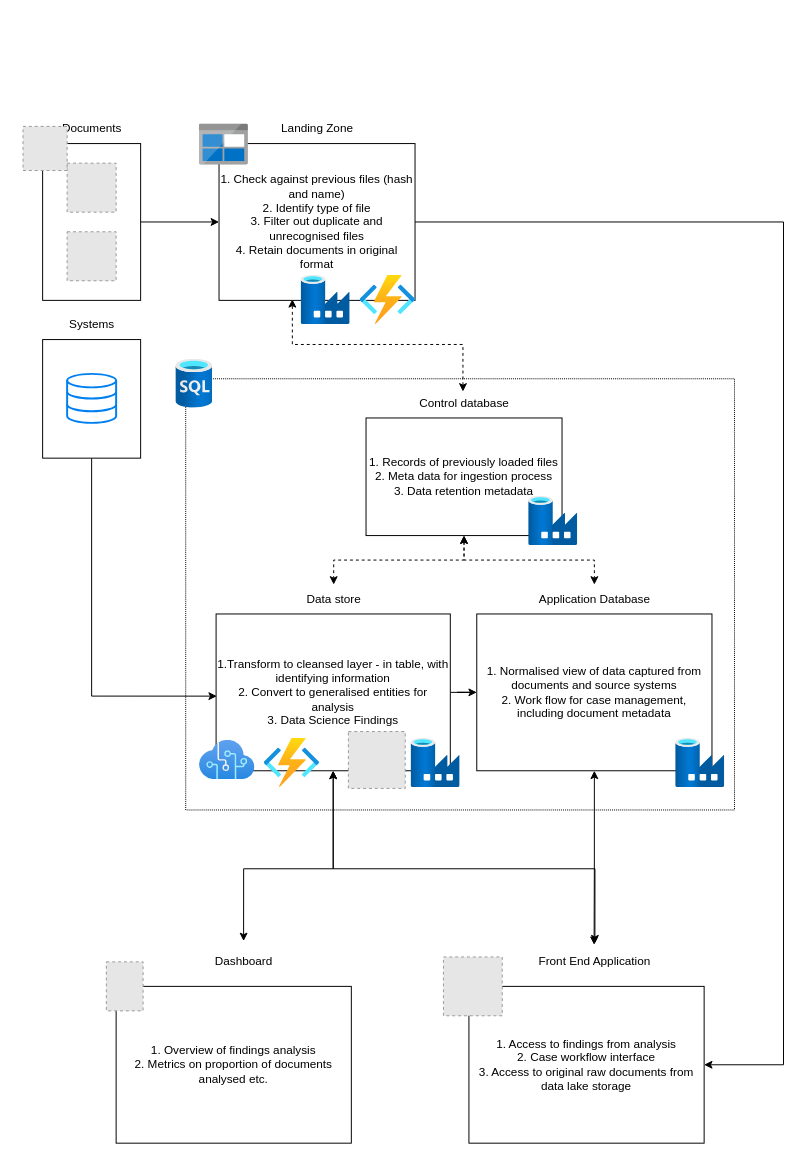
The draw.io diagram page "Existing" (1 of 3) of Untitled Diagram.drawio in oliver-wolffe/diagrams, before the edit. Source tidied: cells renumbered, new cells numbered last; positions are measured from the earlier drawing's top-left corner, leaving out a move shared by most shapes. Both pictures are drawn from the tidied source at 98%, with x=0, y=0 at pixel (23, 114). Pictures stored in the file or linked from it are replaced by grey dashed boxes.
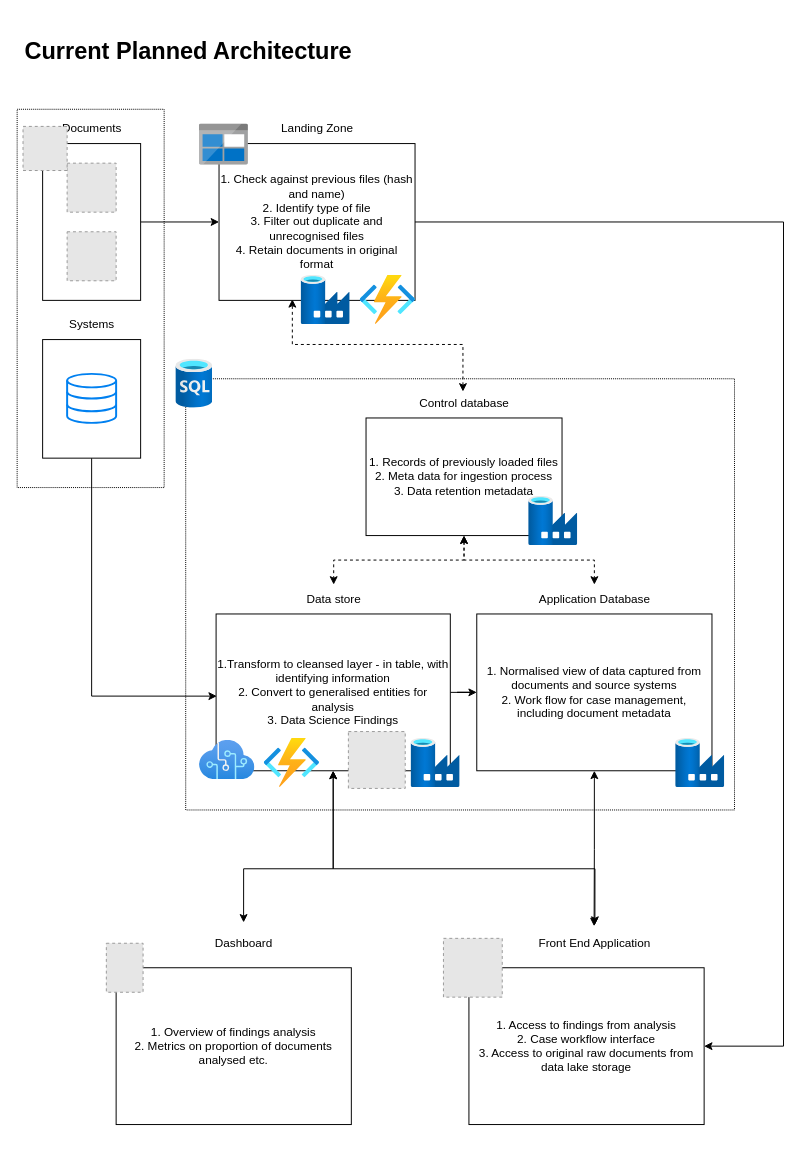
Above is the later version.

The change refers to these unchanged cells:
```xml
<mxCell id="16" value="1. Check against previous files (hash and name)&lt;br&gt;2. Identify type of file&lt;br&gt;3. Filter out duplicate and unrecognised files&lt;br&gt;4. Retain documents in original format" style="rounded=0;whiteSpace=wrap;html=1;" parent="1" vertex="1">
  <mxGeometry x="200" y="30" width="200" height="160" as="geometry" />
</mxCell>
```

The edit, as a diff of the source:
```diff
@@
     <mxCell id="15" style="edgeStyle=orthogonalEdgeStyle;rounded=0;jettySize=auto;html=1;entryX=1;entryY=0.5;entryDx=0;entryDy=0;startArrow=none;startFill=0;" parent="1" edge="1" source="16" target="33">
       <mxGeometry relative="1" as="geometry">
         <Array as="points">
           <mxPoint x="776" y="110" />
-          <mxPoint x="776" y="970" />
+          <mxPoint x="776" y="951" />
         </Array>
       </mxGeometry>
     </mxCell>
@@
     <mxCell id="31" value="1. Overview of findings analysis&lt;br&gt;2. Metrics on proportion of documents analysed etc." style="rounded=0;whiteSpace=wrap;html=1;strokeColor=default;fillColor=none;" parent="1" vertex="1">
-      <mxGeometry x="95" y="890" width="240" height="160" as="geometry" />
+      <mxGeometry x="95" y="871" width="240" height="160" as="geometry" />
     </mxCell>
     <mxCell id="32" value="Dashboard" style="text;html=1;align=center;verticalAlign=middle;points=[];strokeColor=none;fillColor=none;" parent="1" vertex="1">
-      <mxGeometry x="185" y="850" width="80" height="30" as="geometry" />
+      <mxGeometry x="185" y="831" width="80" height="30" as="geometry" />
     </mxCell>
     <mxCell id="33" value="1. Access to findings from analysis&lt;br&gt;2. Case workflow interface&lt;br&gt;3. Access to original raw documents from data lake storage" style="rounded=0;whiteSpace=wrap;html=1;strokeColor=default;fillColor=none;" parent="1" vertex="1">
-      <mxGeometry x="455" y="890" width="240" height="160" as="geometry" />
+      <mxGeometry x="455" y="871" width="240" height="160" as="geometry" />
     </mxCell>
     <mxCell id="34" value="Front End Application" style="text;html=1;align=center;verticalAlign=middle;points=[];strokeColor=none;fillColor=none;" parent="1" vertex="1">
-      <mxGeometry x="513" y="850" width="140" height="30" as="geometry" />
+      <mxGeometry x="513" y="831" width="140" height="30" as="geometry" />
     </mxCell>
     <mxCell id="35" style="fillColor=#E6E6E6;strokeColor=#999999;dashed=1;verticalLabelPosition=bottom;verticalAlign=top;" parent="1" vertex="1">
-      <mxGeometry x="85" y="865" width="37.5" height="50" as="geometry" />
+      <mxGeometry x="85" y="846" width="37.5" height="50" as="geometry" />
     </mxCell>
     <mxCell id="36" style="fillColor=#E6E6E6;strokeColor=#999999;dashed=1;verticalLabelPosition=bottom;labelBackgroundColor=default;verticalAlign=top;" parent="1" vertex="1">
-      <mxGeometry x="429" y="860" width="60" height="60" as="geometry" />
+      <mxGeometry x="429" y="841" width="60" height="60" as="geometry" />
     </mxCell>
@@
+    <mxCell id="45" value="&lt;h1&gt;Current Planned Architecture&lt;/h1&gt;" style="text;html=1;align=left;verticalAlign=middle;strokeColor=none;fillColor=none;fontColor=#000000;" parent="1" vertex="1">
+      <mxGeometry y="-99" width="360" height="70" as="geometry" />
+    </mxCell>
+    <mxCell id="46" style="rounded=0;whiteSpace=wrap;html=1;strokeColor=default;fillColor=none;dashed=1;dashPattern=1 1;" parent="1" vertex="1">
+      <mxGeometry x="-6" y="-5" width="150" height="386" as="geometry" />
+    </mxCell>
```
